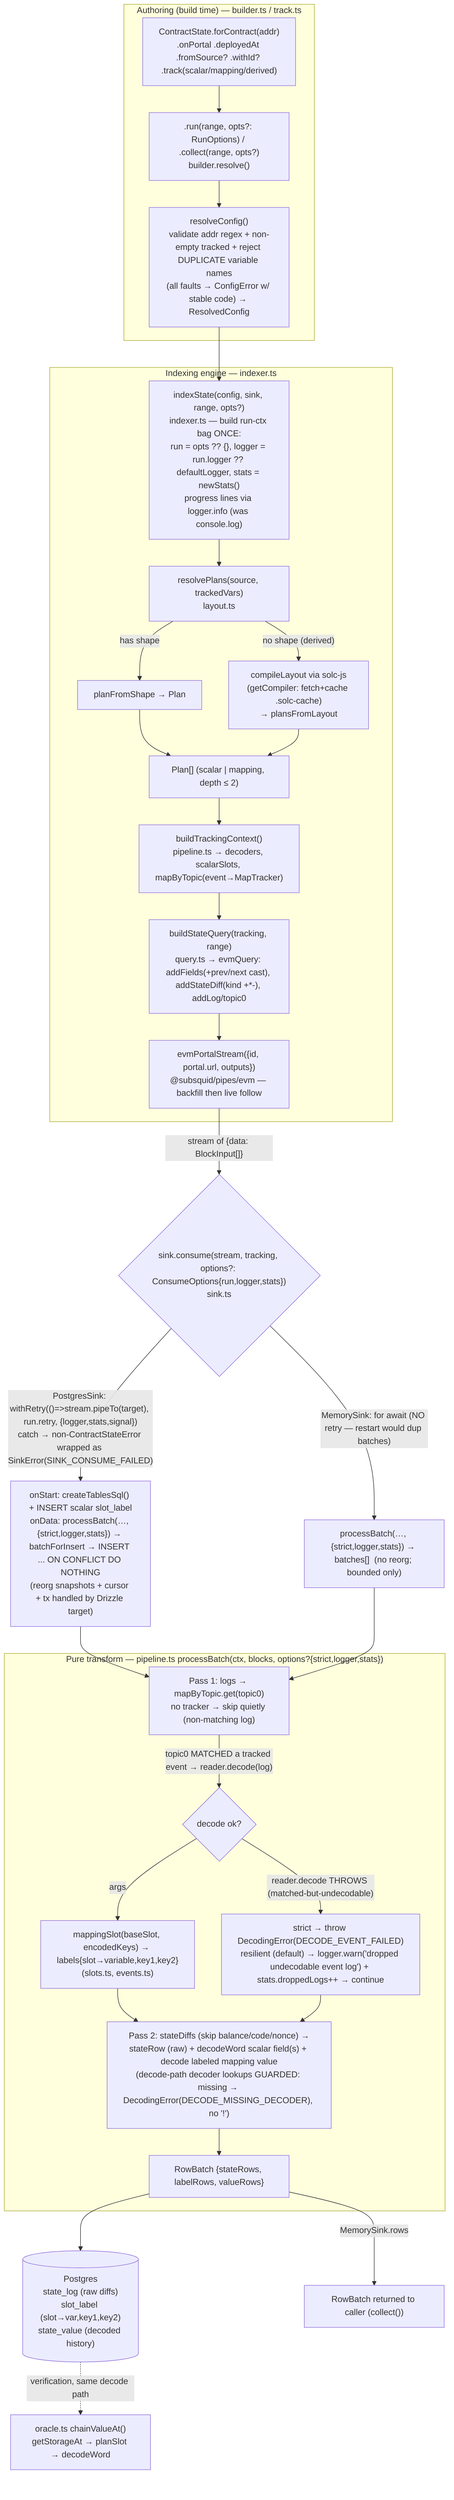
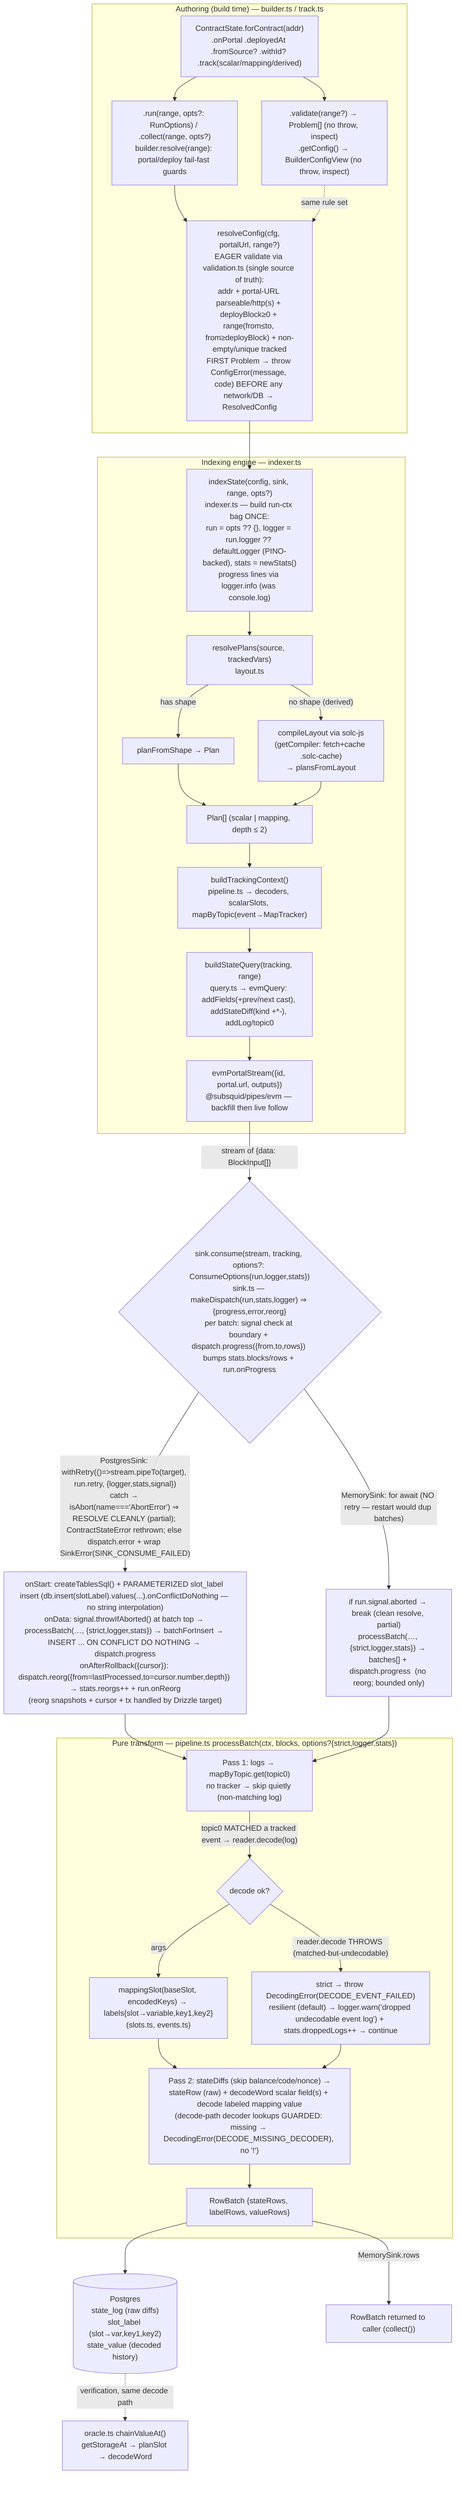
flowchart TD
    subgraph Authoring["Authoring (build time) — builder.ts / track.ts"]
        A["ContractState.forContract(addr)\n.onPortal .deployedAt .fromSource? .withId? .track(scalar/mapping/derived)"]
-         A --> B[".run(range, opts?: RunOptions) / .collect(range, opts?)\nbuilder.resolve()"]
-         B --> C["resolveConfig()\nvalidate addr regex + non-empty tracked + reject DUPLICATE variable names\n(all faults → ConfigError w/ stable code) → ResolvedConfig"]
+         A --> AV[".validate(range?) → Problem[] (no throw, inspect)\n.getConfig() → BuilderConfigView (no throw, inspect)"]
+         A --> B[".run(range, opts?: RunOptions) / .collect(range, opts?)\nbuilder.resolve(range): portal/deploy fail-fast guards"]
+         B --> C["resolveConfig(cfg, portalUrl, range?)\nEAGER validate via validation.ts (single source of truth):\naddr + portal-URL parseable/http(s) + deployBlock≥0 + range(from≤to, from≥deployBlock) + non-empty/unique tracked\nFIRST Problem → throw ConfigError(message, code) BEFORE any network/DB → ResolvedConfig"]
+         AV -. "same rule set" .-> C
    end

-     C --> D["indexState(config, sink, range, opts?)\nindexer.ts — build run-ctx bag ONCE:\nrun = opts ?? {}, logger = run.logger ?? defaultLogger, stats = newStats()\nprogress lines via logger.info (was console.log)"]
+     C --> D["indexState(config, sink, range, opts?)\nindexer.ts — build run-ctx bag ONCE:\nrun = opts ?? {}, logger = run.logger ?? defaultLogger (PINO-backed), stats = newStats()\nprogress lines via logger.info (was console.log)"]

    subgraph Engine["Indexing engine — indexer.ts"]
        D --> E["resolvePlans(source, trackedVars)\nlayout.ts"]
        E -->|"has shape"| E1["planFromShape → Plan"]
        E -->|"no shape (derived)"| E2["compileLayout via solc-js\n(getCompiler: fetch+cache .solc-cache)\n→ plansFromLayout"]
        E1 --> F
        E2 --> F["Plan[] (scalar | mapping, depth ≤ 2)"]
        F --> G["buildTrackingContext()\npipeline.ts → decoders, scalarSlots, mapByTopic(event→MapTracker)"]
        G --> H["buildStateQuery(tracking, range)\nquery.ts → evmQuery: addFields(+prev/next cast), addStateDiff(kind +*-), addLog/topic0"]
        H --> I["evmPortalStream({id, portal.url, outputs})\n@subsquid/pipes/evm — backfill then live follow"]
    end

-     I -->|"stream of {data: BlockInput[]}"| J{"sink.consume(stream, tracking, options?: ConsumeOptions{run,logger,stats})\nsink.ts"}
+     I -->|"stream of {data: BlockInput[]}"| J{"sink.consume(stream, tracking, options?: ConsumeOptions{run,logger,stats})\nsink.ts — makeDispatch(run,stats,logger) ⇒ {progress,error,reorg}\nper batch: signal check at boundary + dispatch.progress({from,to,rows}) bumps stats.blocks/rows + run.onProgress"}

    subgraph Transform["Pure transform — pipeline.ts processBatch(ctx, blocks, options?{strict,logger,stats})"]
        K1["Pass 1: logs → mapByTopic.get(topic0)\nno tracker → skip quietly (non-matching log)"]
        K1 -->|"topic0 MATCHED a tracked event → reader.decode(log)"| K1a{"decode ok?"}
        K1a -->|"args"| K1b["mappingSlot(baseSlot, encodedKeys) → labels{slot→variable,key1,key2}\n(slots.ts, events.ts)"]
        K1a -->|"reader.decode THROWS (matched-but-undecodable)"| K1c["strict → throw DecodingError(DECODE_EVENT_FAILED)\nresilient (default) → logger.warn('dropped undecodable event log') + stats.droppedLogs++ → continue"]
        K2["Pass 2: stateDiffs (skip balance/code/nonce) →\nstateRow (raw) + decodeWord scalar field(s) + decode labeled mapping value\n(decode-path decoder lookups GUARDED: missing → DecodingError(DECODE_MISSING_DECODER), no '!')"]
        K1b --> K2
        K1c --> K2
        K2 --> K3["RowBatch {stateRows, labelRows, valueRows}"]
    end

-     J -->|"PostgresSink: withRetry(()=>stream.pipeTo(target), run.retry, {logger,stats,signal})\ncatch → non-ContractStateError wrapped as SinkError(SINK_CONSUME_FAILED)"| T1["onStart: createTablesSql() + INSERT scalar slot_label\nonData: processBatch(…, {strict,logger,stats}) → batchForInsert → INSERT ... ON CONFLICT DO NOTHING\n(reorg snapshots + cursor + tx handled by Drizzle target)"]
-     J -->|"MemorySink: for await (NO retry — restart would dup batches)"| T2["processBatch(…, {strict,logger,stats}) → batches[]  (no reorg; bounded only)"]
+     J -->|"PostgresSink: withRetry(()=>stream.pipeTo(target), run.retry, {logger,stats,signal})\ncatch → isAbort(name==='AbortError') ⇒ RESOLVE CLEANLY (partial); ContractStateError rethrown; else dispatch.error + wrap SinkError(SINK_CONSUME_FAILED)"| T1["onStart: createTablesSql() + PARAMETERIZED slot_label insert (db.insert(slotLabel).values(...).onConflictDoNothing — no string interpolation)\nonData: signal.throwIfAborted() at batch top → processBatch(…, {strict,logger,stats}) → batchForInsert → INSERT ... ON CONFLICT DO NOTHING → dispatch.progress\nonAfterRollback({cursor}): dispatch.reorg({from=lastProcessed,to=cursor.number,depth}) → stats.reorgs++ + run.onReorg\n(reorg snapshots + cursor + tx handled by Drizzle target)"]
+     J -->|"MemorySink: for await (NO retry — restart would dup batches)"| T2["if run.signal.aborted → break (clean resolve, partial)\nprocessBatch(…, {strict,logger,stats}) → batches[] + dispatch.progress  (no reorg; bounded only)"]
    T1 --> K1
    T2 --> K1

    K3 --> DB[("Postgres\nstate_log (raw diffs)\nslot_label (slot→var,key1,key2)\nstate_value (decoded history)")]
    K3 -->|"MemorySink.rows"| MEM["RowBatch returned to caller (collect())"]

    DB -.->|"verification, same decode path"| O["oracle.ts chainValueAt()\ngetStorageAt → planSlot → decodeWord"]
